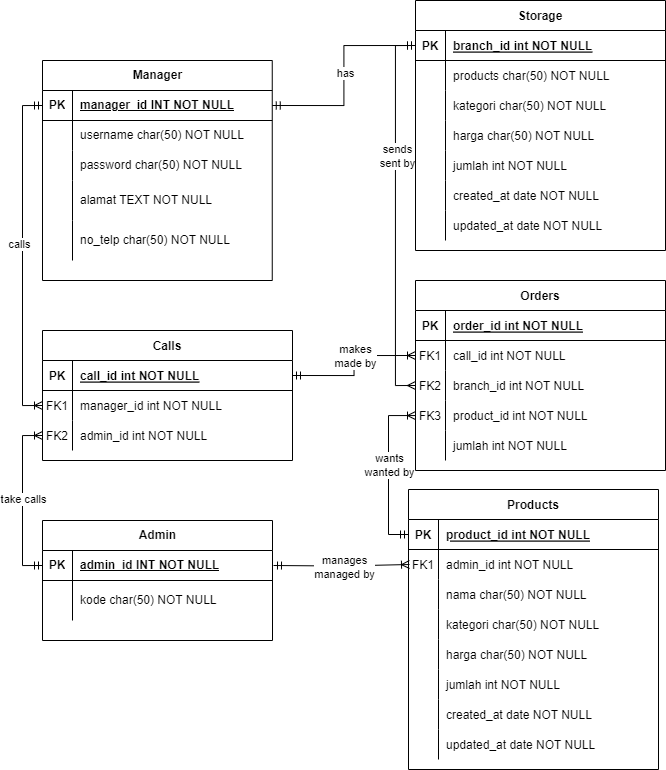
Before: Skema Relasi.drawio.png, a diagram exported from draw.io (Raygama/tes). Source tidied: cells renumbered, new cells last; positions are measured from the earlier drawing's top-left corner, leaving out a move shared by most shapes.
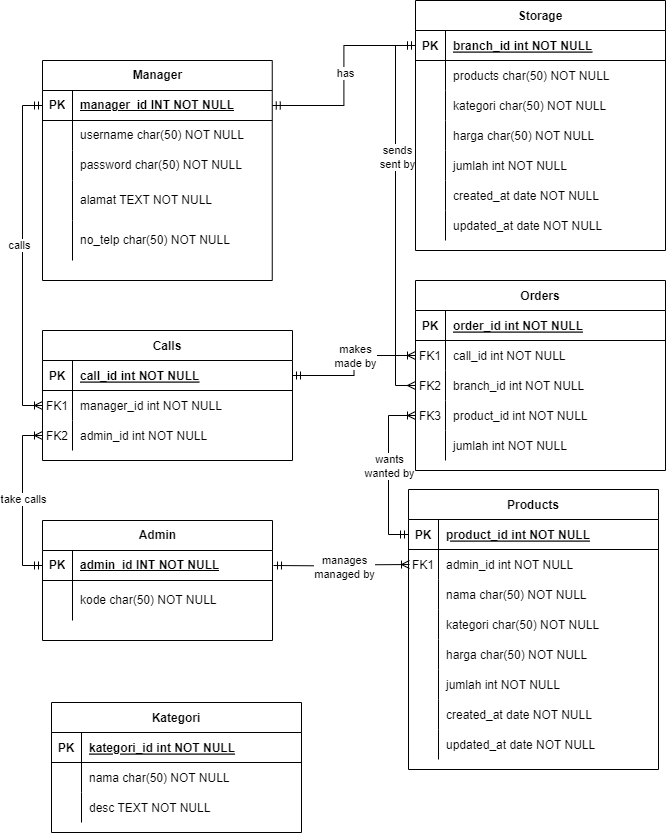
After the commit.

Commit message:
add kategori still temp

The edit, as a diff of the source:
```diff
@@ -337,5 +337,35 @@
     <mxCell id="111" value="wants&lt;br&gt;wanted by" style="edgeLabel;html=1;align=center;verticalAlign=middle;" parent="110" vertex="1">
       <mxGeometry x="0.08" relative="1" as="geometry" />
     </mxCell>
+    <mxCell id="112" value="Kategori" style="shape=table;startSize=30;rowLines=0;fontStyle=1;align=center;" parent="1" vertex="1">
+      <mxGeometry x="9" y="702" width="250" height="130" as="geometry" />
+    </mxCell>
+    <mxCell id="113" style="shape=partialRectangle;fillColor=none;top=0;left=0;right=0;bottom=1;" parent="112" vertex="1">
+      <mxGeometry y="30" width="250" height="30" as="geometry" />
+    </mxCell>
+    <mxCell id="114" value="PK" style="shape=partialRectangle;overflow=hidden;fillColor=none;top=0;left=0;bottom=0;right=0;fontStyle=1;" parent="113" vertex="1">
+      <mxGeometry width="30" height="30" as="geometry" />
+    </mxCell>
+    <mxCell id="115" value="kategori_id int NOT NULL " style="shape=partialRectangle;overflow=hidden;fillColor=none;top=0;left=0;bottom=0;right=0;align=left;spacingLeft=6;fontStyle=5;" parent="113" vertex="1">
+      <mxGeometry x="30" width="220" height="30" as="geometry" />
+    </mxCell>
+    <mxCell id="116" style="shape=partialRectangle;fillColor=none;top=0;left=0;right=0;bottom=0;" parent="112" vertex="1">
+      <mxGeometry y="60" width="250" height="30" as="geometry" />
+    </mxCell>
+    <mxCell id="117" style="shape=partialRectangle;overflow=hidden;fillColor=none;top=0;left=0;bottom=0;right=0;" parent="116" vertex="1">
+      <mxGeometry width="30" height="30" as="geometry" />
+    </mxCell>
+    <mxCell id="118" value="nama char(50) NOT NULL" style="shape=partialRectangle;overflow=hidden;fillColor=none;top=0;left=0;bottom=0;right=0;align=left;spacingLeft=6;" parent="116" vertex="1">
+      <mxGeometry x="30" width="220" height="30" as="geometry" />
+    </mxCell>
+    <mxCell id="119" style="shape=partialRectangle;fillColor=none;top=0;left=0;right=0;bottom=0;" parent="112" vertex="1">
+      <mxGeometry y="90" width="250" height="30" as="geometry" />
+    </mxCell>
+    <mxCell id="120" style="shape=partialRectangle;overflow=hidden;fillColor=none;top=0;left=0;bottom=0;right=0;" parent="119" vertex="1">
+      <mxGeometry width="30" height="30" as="geometry" />
+    </mxCell>
+    <mxCell id="121" value="desc TEXT NOT NULL" style="shape=partialRectangle;overflow=hidden;fillColor=none;top=0;left=0;bottom=0;right=0;align=left;spacingLeft=6;" parent="119" vertex="1">
+      <mxGeometry x="30" width="220" height="30" as="geometry" />
+    </mxCell>
   </root>
 </mxGraphModel>
```
